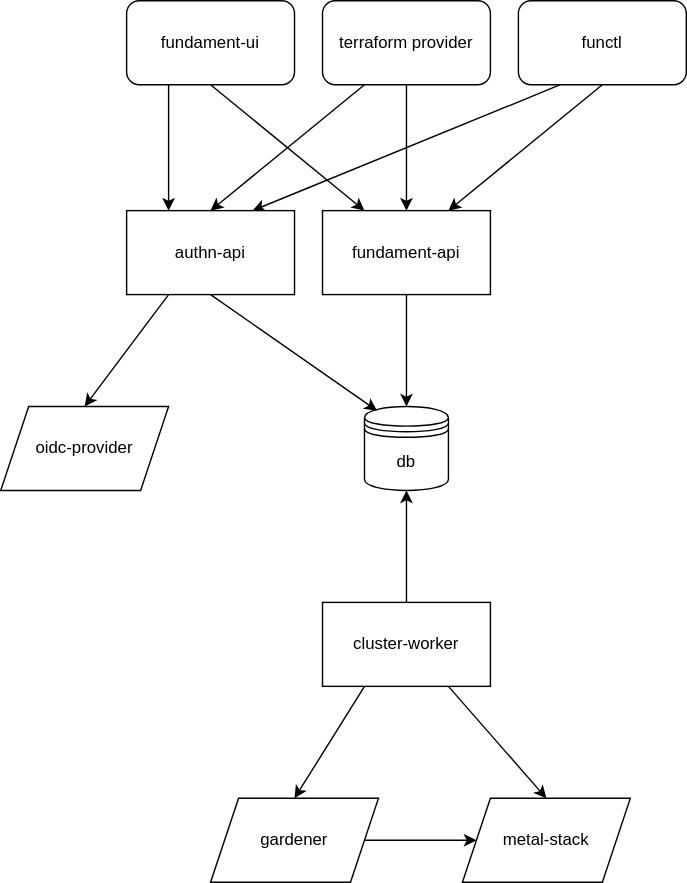
Earlier version of the draw.io export overview.drawio.svg (fundament-oss/fundament). Source tidied: cells renumbered, new cells last; positions are measured from the earlier drawing's top-left corner, leaving out a move shared by most shapes.
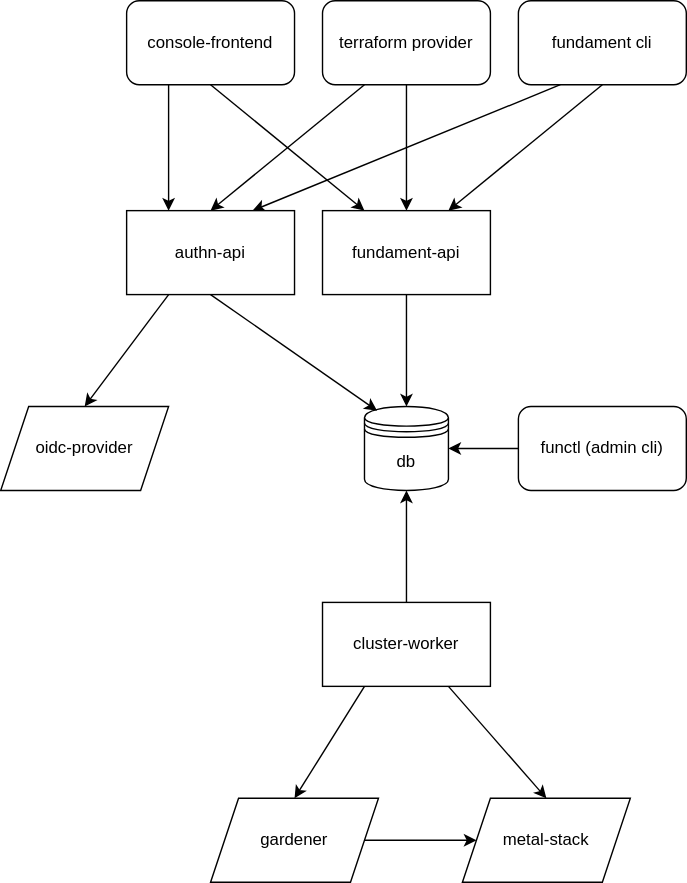
After the change.

Commit message:
overview.drawio.svg: Renamed components and add functl as admin cli

What changed in the source:
```diff
@@ -29,7 +29,7 @@
     <mxCell id="10" style="edgeStyle=none;html=1;exitX=0.25;exitY=1;exitDx=0;exitDy=0;entryX=0.25;entryY=0;entryDx=0;entryDy=0;" parent="1" edge="1" source="11" target="22">
       <mxGeometry relative="1" as="geometry" />
     </mxCell>
-    <mxCell id="11" value="fundament-ui" style="rounded=1;whiteSpace=wrap;html=1;" parent="1" vertex="1">
+    <mxCell id="11" value="console-frontend" style="rounded=1;whiteSpace=wrap;html=1;" parent="1" vertex="1">
       <mxGeometry x="90" width="120" height="60" as="geometry" />
     </mxCell>
     <mxCell id="12" style="edgeStyle=none;html=1;exitX=0.5;exitY=1;exitDx=0;exitDy=0;entryX=0.5;entryY=0;entryDx=0;entryDy=0;" parent="1" edge="1" source="14" target="8">
@@ -47,7 +47,7 @@
     <mxCell id="16" style="edgeStyle=none;html=1;exitX=0.25;exitY=1;exitDx=0;exitDy=0;entryX=0.75;entryY=0;entryDx=0;entryDy=0;" parent="1" edge="1" source="17" target="22">
       <mxGeometry relative="1" as="geometry" />
     </mxCell>
-    <mxCell id="17" value="functl" style="rounded=1;whiteSpace=wrap;html=1;" parent="1" vertex="1">
+    <mxCell id="17" value="fundament cli" style="rounded=1;whiteSpace=wrap;html=1;" parent="1" vertex="1">
       <mxGeometry x="370" width="120" height="60" as="geometry" />
     </mxCell>
     <mxCell id="18" style="edgeStyle=none;html=1;exitX=1;exitY=0.5;exitDx=0;exitDy=0;entryX=0;entryY=0.5;entryDx=0;entryDy=0;" parent="1" edge="1" source="19" target="20">
@@ -71,5 +71,11 @@
     <mxCell id="24" value="oidc-provider" style="shape=parallelogram;perimeter=parallelogramPerimeter;whiteSpace=wrap;html=1;fixedSize=1;" parent="1" vertex="1">
       <mxGeometry y="290" width="120" height="60" as="geometry" />
     </mxCell>
+    <mxCell id="25" style="edgeStyle=none;html=1;exitX=0;exitY=0.5;exitDx=0;exitDy=0;entryX=1;entryY=0.5;entryDx=0;entryDy=0;" parent="1" edge="1" source="26" target="2">
+      <mxGeometry relative="1" as="geometry" />
+    </mxCell>
+    <mxCell id="26" value="functl (admin cli)" style="rounded=1;whiteSpace=wrap;html=1;" parent="1" vertex="1">
+      <mxGeometry x="370" y="290" width="120" height="60" as="geometry" />
+    </mxCell>
   </root>
 </mxGraphModel>
```
